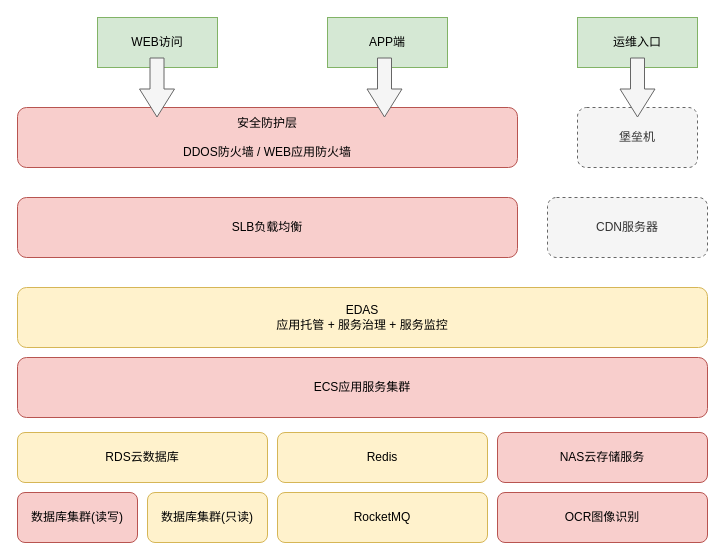
Before: 系统架构.drawio in ufkogodlike/draw, a draw.io diagram. Source tidied: cells renumbered, new cells numbered last; positions are measured from the earlier drawing's top-left corner, leaving out a move shared by most shapes. Both pictures are drawn from the tidied source at 100%, with x=0, y=0 at pixel (17, 17).
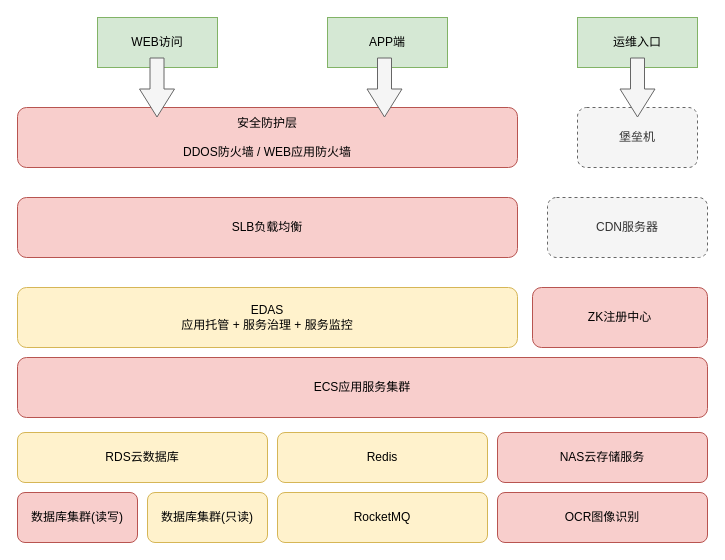
Above is the later version.

What changed in the source:
```diff
@@
     <mxCell id="8" value="EDAS&lt;br&gt;应用托管 + 服务治理 + 服务监控&lt;br&gt;" style="rounded=1;whiteSpace=wrap;html=1;fillColor=#fff2cc;strokeColor=#d6b656;" parent="1" vertex="1">
-      <mxGeometry y="270" width="690" height="60" as="geometry" />
+      <mxGeometry y="270" width="500" height="60" as="geometry" />
     </mxCell>
@@
+    <mxCell id="21" value="ZK注册中心" style="rounded=1;whiteSpace=wrap;html=1;fillColor=#f8cecc;strokeColor=#b85450;" parent="1" vertex="1">
+      <mxGeometry x="515" y="270" width="175" height="60" as="geometry" />
+    </mxCell>
```
